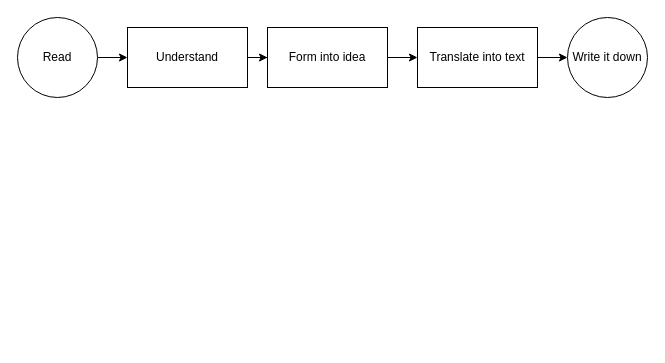
Earlier version of the draw.io diagram Untitled Diagram.drawio (andrewBrownConsulting/draw.io). Source tidied: cells renumbered, new cells numbered last; positions are measured from the earlier drawing's top-left corner, leaving out a move shared by most shapes. Both pictures are drawn from the tidied source at 100%, with x=0, y=0 at pixel (17, 17).
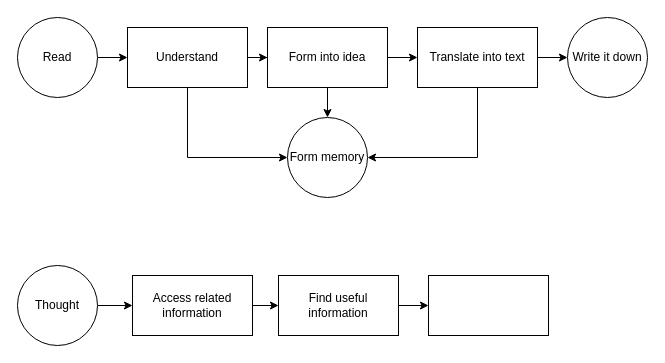
Above is the later version.

The change refers to these unchanged cells:
```xml
<mxCell id="5" value="Understand" style="whiteSpace=wrap;html=1;" parent="1" vertex="1">
  <mxGeometry x="110" y="10" width="120" height="60" as="geometry" />
</mxCell>
<mxCell id="7" value="Form into idea" style="whiteSpace=wrap;html=1;" parent="1" vertex="1">
  <mxGeometry x="250" y="10" width="120" height="60" as="geometry" />
</mxCell>
<mxCell id="9" value="Translate into text" style="whiteSpace=wrap;html=1;" parent="1" vertex="1">
  <mxGeometry x="400" y="10" width="120" height="60" as="geometry" />
</mxCell>
```

Diff of the diagram source:
```diff
@@
+    <mxCell id="11" style="edgeStyle=orthogonalEdgeStyle;rounded=0;jettySize=auto;html=1;entryX=0;entryY=0.5;entryDx=0;entryDy=0;exitX=0.5;exitY=1;exitDx=0;exitDy=0;" parent="1" edge="1" source="5" target="14">
+      <mxGeometry relative="1" as="geometry" />
+    </mxCell>
@@
+    <mxCell id="12" style="edgeStyle=orthogonalEdgeStyle;rounded=0;jettySize=auto;html=1;" parent="1" edge="1" source="7" target="14">
+      <mxGeometry relative="1" as="geometry" />
+    </mxCell>
@@
+    <mxCell id="13" style="edgeStyle=orthogonalEdgeStyle;rounded=0;jettySize=auto;html=1;entryX=1;entryY=0.5;entryDx=0;entryDy=0;exitX=0.5;exitY=1;exitDx=0;exitDy=0;" parent="1" edge="1" source="9" target="14">
+      <mxGeometry relative="1" as="geometry" />
+    </mxCell>
@@
+    <mxCell id="14" value="Form memory" style="ellipse;whiteSpace=wrap;html=1;" parent="1" vertex="1">
+      <mxGeometry x="270" y="100" width="80" height="80" as="geometry" />
+    </mxCell>
+    <mxCell id="15" style="edgeStyle=orthogonalEdgeStyle;rounded=0;jettySize=auto;html=1;" parent="1" edge="1" source="16" target="18">
+      <mxGeometry relative="1" as="geometry" />
+    </mxCell>
+    <mxCell id="16" value="Thought" style="ellipse;whiteSpace=wrap;html=1;" parent="1" vertex="1">
+      <mxGeometry y="248" width="80" height="80" as="geometry" />
+    </mxCell>
+    <mxCell id="17" style="edgeStyle=orthogonalEdgeStyle;rounded=0;jettySize=auto;html=1;" parent="1" edge="1" source="18" target="20">
+      <mxGeometry relative="1" as="geometry" />
+    </mxCell>
+    <mxCell id="18" value="Access related information" style="whiteSpace=wrap;html=1;" parent="1" vertex="1">
+      <mxGeometry x="115" y="258" width="120" height="60" as="geometry" />
+    </mxCell>
+    <mxCell id="19" style="edgeStyle=orthogonalEdgeStyle;rounded=0;jettySize=auto;html=1;" parent="1" edge="1" source="20" target="21">
+      <mxGeometry relative="1" as="geometry" />
+    </mxCell>
+    <mxCell id="20" value="Find useful information" style="whiteSpace=wrap;html=1;" parent="1" vertex="1">
+      <mxGeometry x="261" y="258" width="120" height="60" as="geometry" />
+    </mxCell>
+    <mxCell id="21" style="whiteSpace=wrap;html=1;" parent="1" vertex="1">
+      <mxGeometry x="411" y="258" width="120" height="60" as="geometry" />
+    </mxCell>
```
